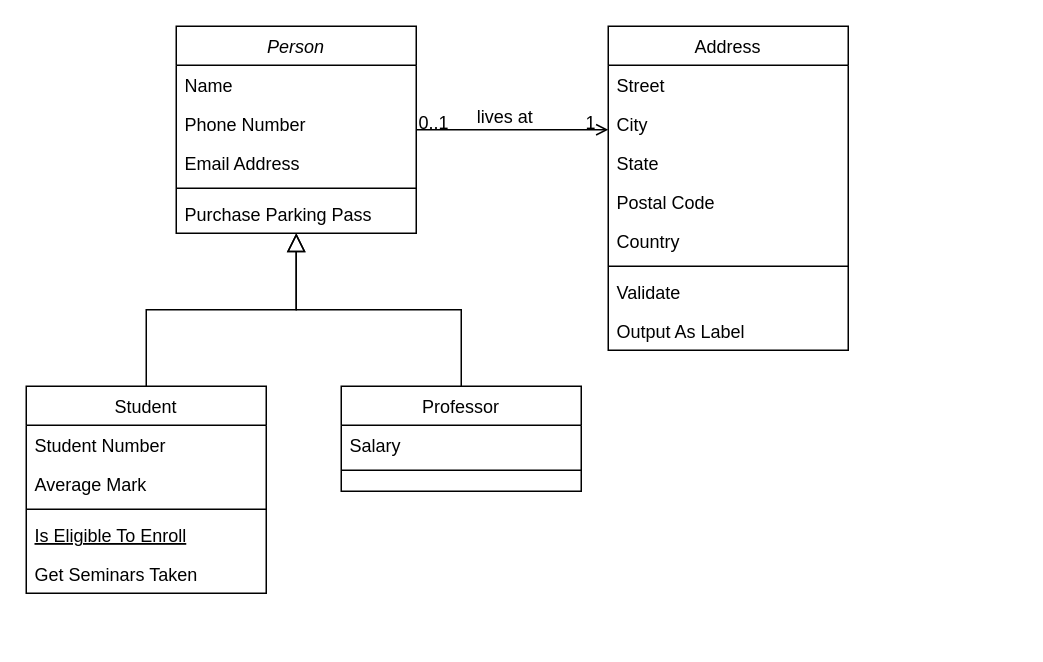
Above: Diagrama sem nome.drawio in Leonardo001127/Personal.Bank.Management (draw.io), before the change. Source tidied: cells renumbered, new cells numbered last; positions are measured from the earlier drawing's top-left corner, leaving out a move shared by most shapes. Both pictures are drawn from the tidied source at 150%, with x=0, y=0 at pixel (26, 26).
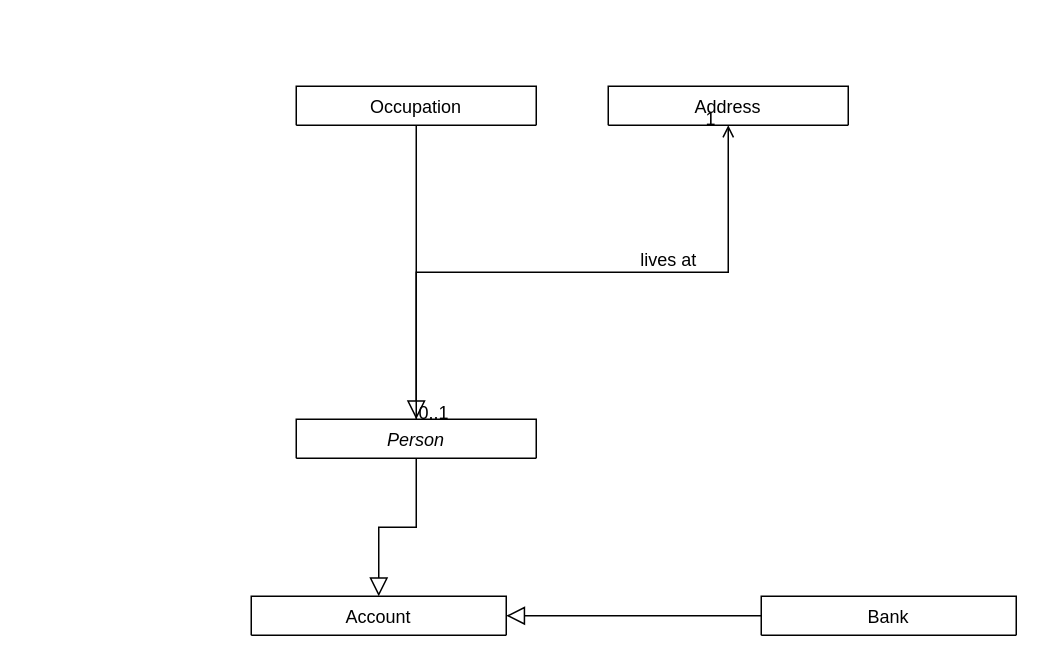
Above is the later version.

Change to the diagram source:
```diff
@@
-    <mxCell id="2" value="Person" style="swimlane;fontStyle=2;align=center;verticalAlign=top;horizontal=1;startSize=26;rounded=0;shadow=0;strokeWidth=1;" parent="1" vertex="1">
-      <mxGeometry x="100" width="160" height="138" as="geometry" />
+    <mxCell id="2" value="Person" style="swimlane;fontStyle=2;align=center;verticalAlign=top;horizontal=1;startSize=26;rounded=0;shadow=0;strokeWidth=1;" parent="1" vertex="1" collapsed="1">
+      <mxGeometry x="180" y="262" width="160" height="26" as="geometry" />
     </mxCell>
-    <mxCell id="3" value="Name" style="text;align=left;verticalAlign=top;spacingLeft=4;spacingRight=4;overflow=hidden;" parent="2" vertex="1">
-      <mxGeometry y="26" width="160" height="26" as="geometry" />
-    </mxCell>
-    <mxCell id="4" value="Phone Number" style="text;align=left;verticalAlign=top;spacingLeft=4;spacingRight=4;overflow=hidden;rounded=0;shadow=0;html=0;" parent="2" vertex="1">
-      <mxGeometry y="52" width="160" height="26" as="geometry" />
-    </mxCell>
-    <mxCell id="5" value="Email Address" style="text;align=left;verticalAlign=top;spacingLeft=4;spacingRight=4;overflow=hidden;rounded=0;shadow=0;html=0;" parent="2" vertex="1">
-      <mxGeometry y="78" width="160" height="26" as="geometry" />
-    </mxCell>
-    <mxCell id="6" style="line;html=1;strokeWidth=1;align=left;verticalAlign=middle;spacingTop=-1;spacingLeft=3;spacingRight=3;labelPosition=right;" parent="2" vertex="1">
-      <mxGeometry y="104" width="160" height="8" as="geometry" />
-    </mxCell>
-    <mxCell id="7" value="Purchase Parking Pass" style="text;align=left;verticalAlign=top;spacingLeft=4;spacingRight=4;overflow=hidden;" parent="2" vertex="1">
-      <mxGeometry y="112" width="160" height="26" as="geometry" />
-    </mxCell>
-    <mxCell id="8" value="Student" style="swimlane;fontStyle=0;align=center;verticalAlign=top;horizontal=1;startSize=26;rounded=0;shadow=0;strokeWidth=1;" parent="1" vertex="1">
-      <mxGeometry y="240" width="160" height="138" as="geometry" />
+    <mxCell id="8" value="Occupation" style="swimlane;fontStyle=0;align=center;verticalAlign=top;horizontal=1;startSize=26;rounded=0;shadow=0;strokeWidth=1;" parent="1" vertex="1" collapsed="1">
+      <mxGeometry x="180" y="40" width="160" height="26" as="geometry" />
     </mxCell>
-    <mxCell id="9" value="Student Number" style="text;align=left;verticalAlign=top;spacingLeft=4;spacingRight=4;overflow=hidden;" parent="8" vertex="1">
-      <mxGeometry y="26" width="160" height="26" as="geometry" />
-    </mxCell>
-    <mxCell id="10" value="Average Mark" style="text;align=left;verticalAlign=top;spacingLeft=4;spacingRight=4;overflow=hidden;rounded=0;shadow=0;html=0;" parent="8" vertex="1">
-      <mxGeometry y="52" width="160" height="26" as="geometry" />
-    </mxCell>
-    <mxCell id="11" style="line;html=1;strokeWidth=1;align=left;verticalAlign=middle;spacingTop=-1;spacingLeft=3;spacingRight=3;labelPosition=right;" parent="8" vertex="1">
-      <mxGeometry y="78" width="160" height="8" as="geometry" />
-    </mxCell>
-    <mxCell id="12" value="Is Eligible To Enroll" style="text;align=left;verticalAlign=top;spacingLeft=4;spacingRight=4;overflow=hidden;fontStyle=4;" parent="8" vertex="1">
-      <mxGeometry y="86" width="160" height="26" as="geometry" />
-    </mxCell>
-    <mxCell id="13" value="Get Seminars Taken" style="text;align=left;verticalAlign=top;spacingLeft=4;spacingRight=4;overflow=hidden;" parent="8" vertex="1">
-      <mxGeometry y="112" width="160" height="26" as="geometry" />
-    </mxCell>
@@
-    <mxCell id="15" value="Professor" style="swimlane;fontStyle=0;align=center;verticalAlign=top;horizontal=1;startSize=26;rounded=0;shadow=0;strokeWidth=1;" parent="1" vertex="1">
-      <mxGeometry x="210" y="240" width="160" height="70" as="geometry" />
-    </mxCell>
-    <mxCell id="16" value="Salary" style="text;align=left;verticalAlign=top;spacingLeft=4;spacingRight=4;overflow=hidden;" parent="15" vertex="1">
-      <mxGeometry y="26" width="160" height="26" as="geometry" />
-    </mxCell>
-    <mxCell id="17" style="line;html=1;strokeWidth=1;align=left;verticalAlign=middle;spacingTop=-1;spacingLeft=3;spacingRight=3;labelPosition=right;" parent="15" vertex="1">
-      <mxGeometry y="52" width="160" height="8" as="geometry" />
-    </mxCell>
-    <mxCell id="18" style="endArrow=block;endSize=10;endFill=0;shadow=0;strokeWidth=1;rounded=0;curved=0;edgeStyle=elbowEdgeStyle;elbow=vertical;" parent="1" edge="1" source="15" target="2">
-      <mxGeometry relative="1" as="geometry" />
-    </mxCell>
-    <mxCell id="19" value="Address" style="swimlane;fontStyle=0;align=center;verticalAlign=top;horizontal=1;startSize=26;rounded=0;shadow=0;strokeWidth=1;" parent="1" vertex="1">
-      <mxGeometry x="388" width="160" height="216" as="geometry" />
+    <mxCell id="19" value="Address" style="swimlane;fontStyle=0;align=center;verticalAlign=top;horizontal=1;startSize=26;rounded=0;shadow=0;strokeWidth=1;" parent="1" vertex="1" collapsed="1">
+      <mxGeometry x="388" y="40" width="160" height="26" as="geometry" />
     </mxCell>
-    <mxCell id="20" value="Street" style="text;align=left;verticalAlign=top;spacingLeft=4;spacingRight=4;overflow=hidden;" parent="19" vertex="1">
-      <mxGeometry y="26" width="160" height="26" as="geometry" />
-    </mxCell>
-    <mxCell id="21" value="City" style="text;align=left;verticalAlign=top;spacingLeft=4;spacingRight=4;overflow=hidden;rounded=0;shadow=0;html=0;" parent="19" vertex="1">
-      <mxGeometry y="52" width="160" height="26" as="geometry" />
-    </mxCell>
-    <mxCell id="22" value="State" style="text;align=left;verticalAlign=top;spacingLeft=4;spacingRight=4;overflow=hidden;rounded=0;shadow=0;html=0;" parent="19" vertex="1">
-      <mxGeometry y="78" width="160" height="26" as="geometry" />
-    </mxCell>
-    <mxCell id="23" value="Postal Code" style="text;align=left;verticalAlign=top;spacingLeft=4;spacingRight=4;overflow=hidden;rounded=0;shadow=0;html=0;" parent="19" vertex="1">
-      <mxGeometry y="104" width="160" height="26" as="geometry" />
-    </mxCell>
-    <mxCell id="24" value="Country" style="text;align=left;verticalAlign=top;spacingLeft=4;spacingRight=4;overflow=hidden;rounded=0;shadow=0;html=0;" parent="19" vertex="1">
-      <mxGeometry y="130" width="160" height="26" as="geometry" />
-    </mxCell>
-    <mxCell id="25" style="line;html=1;strokeWidth=1;align=left;verticalAlign=middle;spacingTop=-1;spacingLeft=3;spacingRight=3;labelPosition=right;" parent="19" vertex="1">
-      <mxGeometry y="156" width="160" height="8" as="geometry" />
-    </mxCell>
-    <mxCell id="26" value="Validate" style="text;align=left;verticalAlign=top;spacingLeft=4;spacingRight=4;overflow=hidden;" parent="19" vertex="1">
-      <mxGeometry y="164" width="160" height="26" as="geometry" />
-    </mxCell>
-    <mxCell id="27" value="Output As Label" style="text;align=left;verticalAlign=top;spacingLeft=4;spacingRight=4;overflow=hidden;" parent="19" vertex="1">
-      <mxGeometry y="190" width="160" height="26" as="geometry" />
-    </mxCell>
@@
+    <mxCell id="32" value="Bank" style="swimlane;fontStyle=0;align=center;verticalAlign=top;horizontal=1;startSize=26;rounded=0;shadow=0;strokeWidth=1;" parent="1" vertex="1" collapsed="1">
+      <mxGeometry x="490" y="380" width="170" height="26" as="geometry" />
+    </mxCell>
+    <mxCell id="33" value="Account" style="swimlane;fontStyle=0;align=center;verticalAlign=top;horizontal=1;startSize=26;rounded=0;shadow=0;strokeWidth=1;" parent="1" vertex="1" collapsed="1">
+      <mxGeometry x="150" y="380" width="170" height="26" as="geometry" />
+    </mxCell>
+    <mxCell id="34" style="endArrow=block;endSize=10;endFill=0;shadow=0;strokeWidth=1;rounded=0;curved=0;edgeStyle=elbowEdgeStyle;elbow=vertical;exitX=0;exitY=0.5;exitDx=0;exitDy=0;" parent="1" edge="1" source="32" target="33">
+      <mxGeometry relative="1" as="geometry" />
+    </mxCell>
+    <mxCell id="35" style="endArrow=block;endSize=10;endFill=0;shadow=0;strokeWidth=1;rounded=0;curved=0;edgeStyle=elbowEdgeStyle;elbow=vertical;exitX=0.5;exitY=1;exitDx=0;exitDy=0;entryX=0.5;entryY=0;entryDx=0;entryDy=0;" parent="1" edge="1" source="2" target="33">
+      <mxGeometry relative="1" as="geometry" />
+    </mxCell>
```
